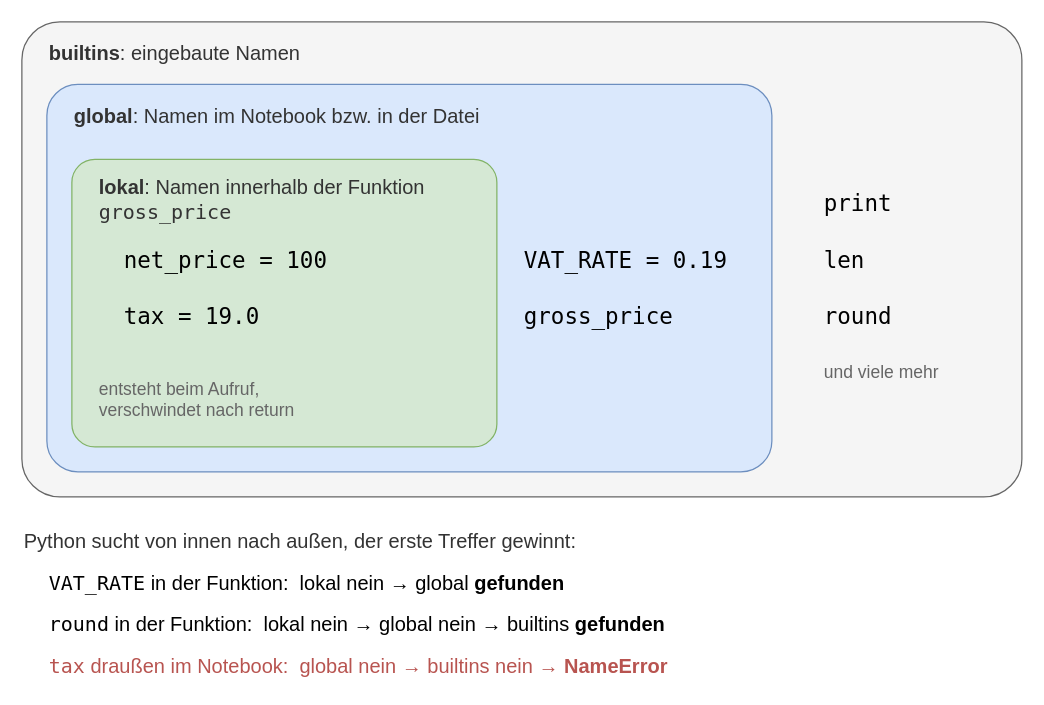
Earlier version of the draw.io diagram assets/07_scopes.drawio (Aydinbas-IT-Consulting-Training/gfu-python-einsteiger). Source tidied: cells renumbered, new cells numbered last; positions are measured from the earlier drawing's top-left corner, leaving out a move shared by most shapes. Both pictures are drawn from the tidied source at 125%, with x=0, y=0 at pixel (21, 21).
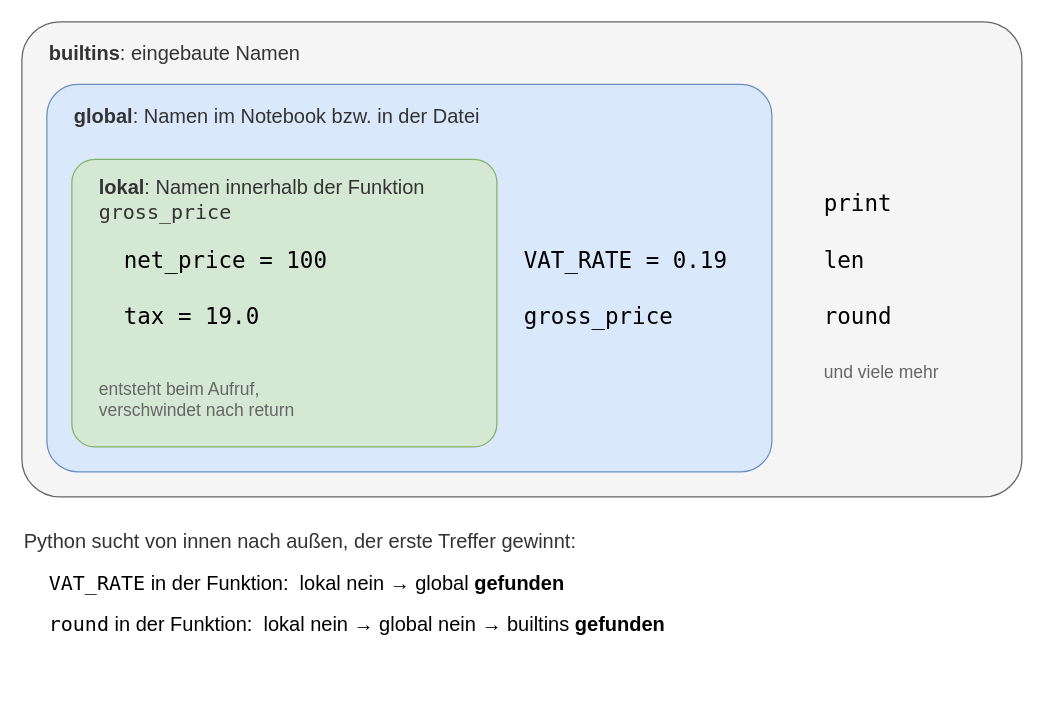
After the change.

Commit message (it also covers changes not shown here):
07: Scope-Grafik zeigt nur den Aufruf gross_price, NameError-Zeile entfernt

Change to the diagram source:
```diff
@@
-    <mxCell id="20" value="&lt;font face=&quot;Menlo&quot;&gt;tax&lt;/font&gt; draußen im Notebook:&amp;nbsp; global nein → builtins nein → &lt;b&gt;NameError&lt;/b&gt;" style="text;html=1;align=left;verticalAlign=middle;fontSize=16;fontFamily=Helvetica;fontColor=#b85450;" parent="1" vertex="1">
-      <mxGeometry x="20" y="501" width="780" height="28" as="geometry" />
-    </mxCell>
```
